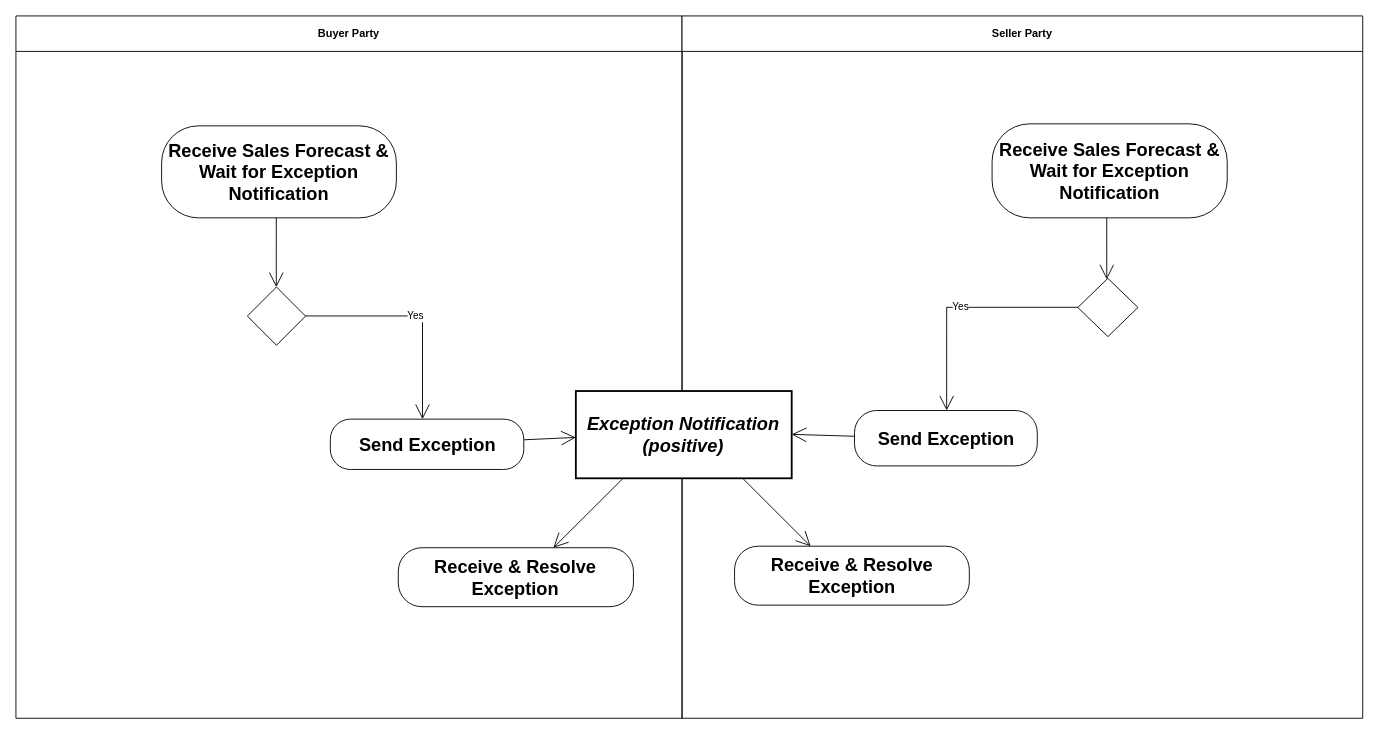
Earlier version of the draw.io diagram diagrams/UBL-2.2-CPFR-ExceptionHandling/UBL-2.2-CPFR-ExceptionHandling.drawio (kduvekot/ubl-work-on-svg-images). Source tidied: cells renumbered, new cells numbered last; positions are measured from the earlier drawing's top-left corner, leaving out a move shared by most shapes. Both pictures are drawn from the tidied source at 91%, with x=0, y=0 at pixel (15, 15).
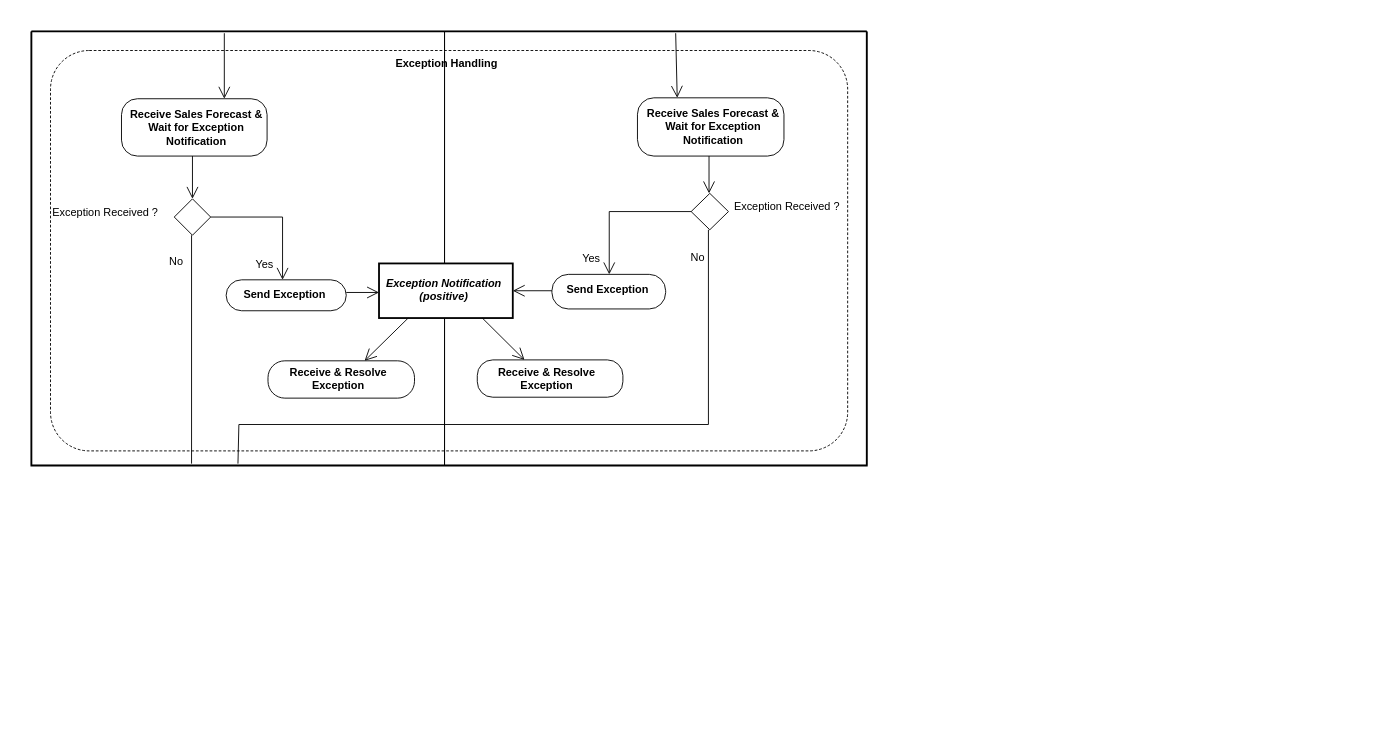
The same page after the edit.

Diff of the diagram source:
```diff
@@
+    <mxCell id="21" style="swimlane;html=1;startSize=0;whiteSpace=wrap;fillColor=none;strokeWidth=2;" parent="1" vertex="1">
+      <mxGeometry x="17" y="17" width="918" height="477" as="geometry" />
+    </mxCell>
+    <mxCell id="22" value="Exception Handling" style="rounded=1;absoluteArcSize=1;arcSize=85;fillColor=none;dashed=1;dashPattern=3 2;html=1;whiteSpace=nowrap;fontSize=12;fontStyle=1;align=center;verticalAlign=top;spacing=0;spacingTop=3;spacingRight=6;" parent="21" vertex="1">
+      <mxGeometry x="21" y="21" width="876" height="440" as="geometry" />
+    </mxCell>
-    <mxCell id="2" value="Buyer Party" style="swimlane;whiteSpace=wrap;html=1;startSize=39;" parent="1" vertex="1">
-      <mxGeometry width="732" height="771.8" as="geometry" />
+    <mxCell id="2" style="swimlane;horizontal=1;startSize=22;swimlaneLine=0;html=1;fillColor=none;fontSize=12;fontStyle=0;spacing=0;spacingRight=1;" parent="21" vertex="1">
+      <mxGeometry width="454" height="477" as="geometry" />
     </mxCell>
-    <mxCell id="3" value="Seller Party" style="swimlane;whiteSpace=wrap;html=1;startSize=39;" parent="1" vertex="1">
-      <mxGeometry x="732" width="748" height="771.8" as="geometry" />
+    <mxCell id="3" style="swimlane;horizontal=1;startSize=22;swimlaneLine=0;html=1;fillColor=none;fontSize=12;fontStyle=0;spacing=0;spacingLeft=1;" parent="21" vertex="1">
+      <mxGeometry x="454" width="464" height="477" as="geometry" />
     </mxCell>
-    <mxCell id="4" value="Receive Sales Forecast &amp; Wait for Exception Notification" style="rounded=1;arcSize=40;whiteSpace=wrap;html=1;fontStyle=1;fontFamily=Helvetica;fontSize=20;" parent="1" vertex="1">
-      <mxGeometry x="1072.7" y="118.6" width="258.4" height="103.3" as="geometry" />
+    <mxCell id="4" value="Receive Sales Forecast &amp;amp;&lt;br&gt;Wait for Exception&lt;br&gt;Notification" style="rounded=1;absoluteArcSize=1;arcSize=36;html=1;whiteSpace=nowrap;fontSize=12;fontStyle=1;align=center;verticalAlign=middle;spacing=0;spacingLeft=5;spacingBottom=1;" parent="3" vertex="1">
+      <mxGeometry x="212" y="73" width="161" height="64" as="geometry" />
     </mxCell>
-    <mxCell id="5" value="Receive Sales Forecast &amp; Wait for Exception Notification" style="rounded=1;arcSize=40;whiteSpace=wrap;html=1;fontStyle=1;fontFamily=Helvetica;fontSize=20;" parent="1" vertex="1">
-      <mxGeometry x="160.1" y="120.8" width="258" height="101.1" as="geometry" />
+    <mxCell id="5" value="Receive Sales Forecast &amp;amp;&lt;br&gt;Wait for Exception&lt;br&gt;Notification" style="rounded=1;absoluteArcSize=1;arcSize=35;html=1;whiteSpace=nowrap;fontSize=12;fontStyle=1;align=center;verticalAlign=middle;spacing=0;spacingLeft=4;" parent="2" vertex="1">
+      <mxGeometry x="99" y="74" width="160" height="63" as="geometry" />
     </mxCell>
-    <mxCell id="6" style="rhombus;whiteSpace=wrap;html=1;fontFamily=Helvetica;fontSize=20;" parent="1" vertex="1">
-      <mxGeometry x="1166.9" y="288.4" width="66.1" height="64" as="geometry" />
+    <mxCell id="6" value="Exception Received ?" style="rhombus;html=1;whiteSpace=nowrap;fontSize=12;fontStyle=0;align=center;verticalAlign=middle;spacing=0;spacingLeft=169;spacingBottom=11;" parent="3" vertex="1">
+      <mxGeometry x="271" y="178" width="41" height="40" as="geometry" />
     </mxCell>
-    <mxCell id="7" style="rhombus;whiteSpace=wrap;html=1;fontFamily=Helvetica;fontSize=20;" parent="1" vertex="1">
-      <mxGeometry x="254.3" y="297.9" width="64" height="64" as="geometry" />
+    <mxCell id="7" value="Exception Received ?" style="rhombus;html=1;whiteSpace=nowrap;fontSize=12;fontStyle=0;align=center;verticalAlign=middle;spacing=0;spacingRight=192;spacingBottom=11;" parent="2" vertex="1">
+      <mxGeometry x="157" y="184" width="40" height="40" as="geometry" />
     </mxCell>
-    <mxCell id="8" value="Exception Notification (positive)" style="rounded=0;whiteSpace=wrap;html=1;fontStyle=3;strokeWidth=2;fontFamily=Helvetica;fontSize=20;" parent="1" vertex="1">
-      <mxGeometry x="615.3" y="412.2" width="237.2" height="95.9" as="geometry" />
+    <mxCell id="8" value="Exception Notification&lt;br&gt;(positive)" style="rounded=0;html=1;whiteSpace=nowrap;fontSize=12;fontStyle=3;align=center;verticalAlign=middle;spacing=0;spacingRight=5;spacingBottom=3;strokeWidth=2;" parent="3" vertex="1">
+      <mxGeometry x="-72" y="255" width="147" height="60" as="geometry" />
     </mxCell>
-    <mxCell id="9" value="Send Exception" style="rounded=1;arcSize=40;whiteSpace=wrap;html=1;fontStyle=1;fontFamily=Helvetica;fontSize=20;" parent="1" vertex="1">
-      <mxGeometry x="921.5" y="433.6" width="200.9" height="60.9" as="geometry" />
+    <mxCell id="9" value="Send Exception" style="rounded=1;absoluteArcSize=1;arcSize=36;html=1;whiteSpace=nowrap;fontSize=12;fontStyle=1;align=center;verticalAlign=middle;spacing=0;spacingRight=4;spacingBottom=4;" parent="3" vertex="1">
+      <mxGeometry x="118" y="267" width="125" height="38" as="geometry" />
     </mxCell>
-    <mxCell id="10" value="Send Exception" style="rounded=1;arcSize=40;whiteSpace=wrap;html=1;fontStyle=1;fontFamily=Helvetica;fontSize=20;" parent="1" vertex="1">
-      <mxGeometry x="345.5" y="443.1" width="212.6" height="55.3" as="geometry" />
+    <mxCell id="10" value="Send Exception" style="rounded=1;absoluteArcSize=1;arcSize=35;html=1;whiteSpace=nowrap;fontSize=12;fontStyle=1;align=center;verticalAlign=middle;spacing=0;spacingRight=5;spacingBottom=2;" parent="2" vertex="1">
+      <mxGeometry x="214" y="273" width="132" height="34" as="geometry" />
     </mxCell>
-    <mxCell id="11" value="Receive &amp; Resolve Exception" style="rounded=1;arcSize=40;whiteSpace=wrap;html=1;fontStyle=1;fontFamily=Helvetica;fontSize=20;" parent="1" vertex="1">
-      <mxGeometry x="789.7" y="582.7" width="258" height="64.8" as="geometry" />
+    <mxCell id="11" value="Receive &amp;amp; Resolve&lt;br&gt;Exception" style="rounded=1;absoluteArcSize=1;arcSize=34;html=1;whiteSpace=nowrap;fontSize=12;fontStyle=1;align=center;verticalAlign=middle;spacing=0;spacingRight=8;" parent="3" vertex="1">
+      <mxGeometry x="36" y="361" width="160" height="41" as="geometry" />
     </mxCell>
-    <mxCell id="12" value="Receive &amp; Resolve Exception" style="rounded=1;arcSize=40;whiteSpace=wrap;html=1;fontStyle=1;fontFamily=Helvetica;fontSize=20;" parent="1" vertex="1">
-      <mxGeometry x="420.2" y="584.4" width="258.4" height="64.8" as="geometry" />
+    <mxCell id="12" value="Receive &amp;amp; Resolve&lt;br&gt;Exception" style="rounded=1;absoluteArcSize=1;arcSize=37;html=1;whiteSpace=nowrap;fontSize=12;fontStyle=1;align=center;verticalAlign=middle;spacing=0;spacingRight=8;spacingBottom=2;" parent="2" vertex="1">
+      <mxGeometry x="260" y="362" width="161" height="41" as="geometry" />
     </mxCell>
-    <mxCell id="13" style="edgeStyle=none;rounded=0;html=1;endArrow=open;endFill=0;endSize=14;exitX=0.4884;exitY=1.0;entryX=0.4969;entryY=0.0;" parent="1" edge="1" source="5" target="7">
+    <mxCell id="13" style="edgeStyle=none;rounded=0;html=1;endArrow=open;endFill=0;endSize=11;exitPerimeter=0;entryX=0.5;entryY=0;entryPerimeter=0;exitX=0.4875;exitY=1;" parent="2" edge="1" source="5" target="7">
       <mxGeometry relative="1" as="geometry" />
     </mxCell>
-    <mxCell id="14" style="edgeStyle=none;rounded=0;html=1;endArrow=open;endFill=0;endSize=14;exitX=0.4876;exitY=1.0;entryX=0.4811;entryY=0.0;" parent="1" edge="1" source="4" target="6">
+    <mxCell id="14" style="edgeStyle=none;rounded=0;html=1;endArrow=open;endFill=0;endSize=11;exitPerimeter=0;entryX=0.4793;entryY=0;entryPerimeter=0;exitX=0.488517;exitY=1;" parent="3" edge="1" source="4" target="6">
       <mxGeometry relative="1" as="geometry" />
     </mxCell>
-    <mxCell id="15" value="Yes" style="edgeStyle=orthogonalEdgeStyle;rounded=0;html=1;endArrow=open;endFill=0;endSize=14;exitX=0.0;exitY=0.4969;entryX=0.5042;entryY=0.0;" parent="1" edge="1" source="6" target="9">
-      <mxGeometry relative="1" as="geometry">
+    <mxCell id="15" value="Yes" style="edgeStyle=orthogonalEdgeStyle;rounded=0;html=1;endArrow=open;endFill=0;endSize=11;exitPerimeter=0;entryPerimeter=0;fontSize=12;fontStyle=0;align=center;verticalAlign=middle;labelBackgroundColor=none;exitX=0;exitY=0.5;entryX=0.504;entryY=0;" parent="3" edge="1" source="6" target="9">
+      <mxGeometry x="0.78" relative="1" as="geometry">
         <Array as="points">
-          <mxPoint x="1022.8" y="320.2" />
+          <mxPoint x="181" y="198" />
         </Array>
+        <mxPoint x="-20" as="offset" />
       </mxGeometry>
     </mxCell>
-    <mxCell id="16" value="Yes" style="edgeStyle=orthogonalEdgeStyle;rounded=0;html=1;endArrow=open;endFill=0;endSize=14;exitX=1.0;exitY=0.4969;entryX=0.4765;entryY=0.0;" parent="1" edge="1" source="7" target="10">
-      <mxGeometry relative="1" as="geometry">
+    <mxCell id="16" value="Yes" style="edgeStyle=orthogonalEdgeStyle;rounded=0;html=1;endArrow=open;endFill=0;endSize=11;exitPerimeter=0;entryPerimeter=0;fontSize=12;fontStyle=0;align=center;verticalAlign=middle;labelBackgroundColor=none;exitX=1;exitY=0.5;entryX=0.469697;entryY=0;" parent="2" edge="1" source="7" target="10">
+      <mxGeometry x="0.77" relative="1" as="geometry">
         <Array as="points">
-          <mxPoint x="446.8" y="329.7" />
+          <mxPoint x="276" y="204" />
         </Array>
+        <mxPoint x="-20" as="offset" />
       </mxGeometry>
     </mxCell>
-    <mxCell id="17" style="edgeStyle=none;rounded=0;html=1;endArrow=open;endFill=0;endSize=14;exitX=0.0;exitY=0.4647;entryX=1.0;entryY=0.4964;" parent="1" edge="1" source="9" target="8">
+    <mxCell id="17" style="edgeStyle=none;rounded=0;html=1;endArrow=open;endFill=0;endSize=11;exitPerimeter=0;entryX=1;entryY=0.5;entryPerimeter=0;exitX=0;exitY=0.473684;" parent="3" edge="1" source="9" target="8">
       <mxGeometry relative="1" as="geometry" />
     </mxCell>
-    <mxCell id="18" style="edgeStyle=none;rounded=0;html=1;endArrow=open;endFill=0;endSize=14;exitX=1.0;exitY=0.4105;entryX=0.0;entryY=0.5318;" parent="1" edge="1" source="10" target="8">
+    <mxCell id="18" style="edgeStyle=none;rounded=0;html=1;endArrow=open;endFill=0;endSize=11;exitPerimeter=0;entryX=0;entryY=0.5319;entryPerimeter=0;exitX=1;exitY=0.409235;" parent="21" edge="1" source="10" target="8">
       <mxGeometry relative="1" as="geometry" />
     </mxCell>
-    <mxCell id="19" style="edgeStyle=none;rounded=0;html=1;endArrow=open;endFill=0;endSize=14;exitX=0.2188;exitY=1.0;entryX=0.6598;entryY=0.0;" parent="1" edge="1" source="8" target="12">
+    <mxCell id="19" style="edgeStyle=none;rounded=0;html=1;endArrow=open;endFill=0;endSize=11;exitX=0.2183;exitY=1;exitPerimeter=0;entryX=0.6596;entryY=0;entryPerimeter=0;" parent="21" edge="1" source="8" target="12">
       <mxGeometry relative="1" as="geometry" />
     </mxCell>
-    <mxCell id="20" style="edgeStyle=none;rounded=0;html=1;endArrow=open;endFill=0;endSize=14;exitX=0.7728;exitY=1.0;entryX=0.324;entryY=0.0;" parent="1" edge="1" source="8" target="11">
+    <mxCell id="20" style="edgeStyle=none;rounded=0;html=1;endArrow=open;endFill=0;endSize=11;exitX=0.7722;exitY=1;exitPerimeter=0;entryX=0.3242;entryY=0;entryPerimeter=0;" parent="3" edge="1" source="8" target="11">
       <mxGeometry relative="1" as="geometry" />
     </mxCell>
+    <mxCell id="23" style="edgeStyle=none;rounded=0;html=1;endArrow=open;endFill=0;endSize=11;entryPerimeter=0;entryX=0.70625;entryY=0;" parent="2" edge="1" target="5">
+      <mxGeometry relative="1" as="geometry">
+        <mxPoint x="212" y="2" as="sourcePoint" />
+      </mxGeometry>
+    </mxCell>
+    <mxCell id="24" style="edgeStyle=none;rounded=0;html=1;endArrow=open;endFill=0;endSize=11;entryX=0.2713;entryY=0;entryPerimeter=0;" parent="3" edge="1" target="4">
+      <mxGeometry relative="1" as="geometry">
+        <mxPoint x="254" y="2" as="sourcePoint" />
+      </mxGeometry>
+    </mxCell>
+    <mxCell id="25" value="No" style="edgeStyle=none;rounded=0;html=1;endArrow=none;endFill=0;endSize=11;fontSize=12;fontStyle=0;align=center;verticalAlign=middle;labelBackgroundColor=none;exitPerimeter=0;exitX=0.463415;exitY=1;" parent="3" edge="1" source="6">
+      <mxGeometry x="-0.92" relative="1" as="geometry">
+        <mxPoint x="-227" y="475" as="targetPoint" />
+        <Array as="points">
+          <mxPoint x="290" y="432" />
+          <mxPoint x="-226" y="432" />
+        </Array>
+        <mxPoint x="-12" as="offset" />
+      </mxGeometry>
+    </mxCell>
+    <mxCell id="26" value="No" style="edgeStyle=none;rounded=0;html=1;endArrow=none;endFill=0;endSize=11;fontSize=12;fontStyle=0;align=center;verticalAlign=middle;labelBackgroundColor=none;exitPerimeter=0;exitX=0.475;exitY=1;" parent="2" edge="1" source="7">
+      <mxGeometry x="-0.77" relative="1" as="geometry">
+        <mxPoint x="176" y="475" as="targetPoint" />
+        <mxPoint x="-17" as="offset" />
+      </mxGeometry>
+    </mxCell>
```
